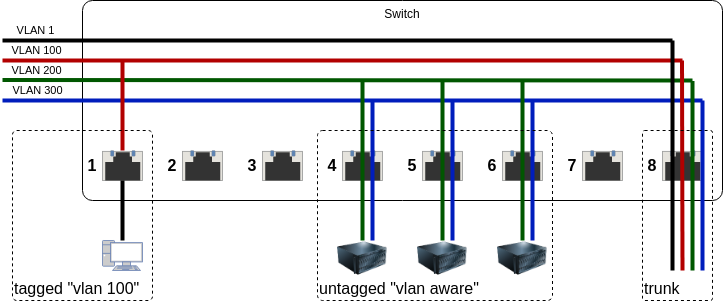
The draw.io diagram images/vlan.png in red-lichtie/homelab-cluster, before a commit. Source tidied: cells renumbered, new cells last; positions are measured from the earlier drawing's top-left corner, leaving out a move shared by most shapes. The source it was exported from:
```xml
<mxGraphModel>
  <root>
    <mxCell id="0" />
    <mxCell id="1" parent="0" />
    <mxCell id="2" value="Switch" style="rounded=1;whiteSpace=wrap;html=1;verticalAlign=top;arcSize=5;" parent="1" vertex="1">
      <mxGeometry x="80" width="640" height="200" as="geometry" />
    </mxCell>
    <mxCell id="3" style="html=1;verticalLabelPosition=bottom;verticalAlign=top;shadow=0;dashed=0;shape=mxgraph.rack.hpe_aruba.switches.rj45_sfp_alt;" parent="1" vertex="1">
      <mxGeometry x="100" y="150" width="40" height="30" as="geometry" />
    </mxCell>
    <mxCell id="4" style="html=1;verticalLabelPosition=bottom;verticalAlign=top;shadow=0;dashed=0;shape=mxgraph.rack.hpe_aruba.switches.rj45_sfp_alt;" parent="1" vertex="1">
      <mxGeometry x="180" y="150" width="40" height="30" as="geometry" />
    </mxCell>
    <mxCell id="5" style="html=1;verticalLabelPosition=bottom;verticalAlign=top;shadow=0;dashed=0;shape=mxgraph.rack.hpe_aruba.switches.rj45_sfp_alt;" parent="1" vertex="1">
      <mxGeometry x="260" y="150" width="40" height="30" as="geometry" />
    </mxCell>
    <mxCell id="6" style="html=1;verticalLabelPosition=bottom;verticalAlign=top;shadow=0;dashed=0;shape=mxgraph.rack.hpe_aruba.switches.rj45_sfp_alt;" parent="1" vertex="1">
      <mxGeometry x="340" y="150" width="40" height="30" as="geometry" />
    </mxCell>
    <mxCell id="7" style="html=1;verticalLabelPosition=bottom;verticalAlign=top;shadow=0;dashed=0;shape=mxgraph.rack.hpe_aruba.switches.rj45_sfp_alt;" parent="1" vertex="1">
      <mxGeometry x="420" y="150" width="40" height="30" as="geometry" />
    </mxCell>
    <mxCell id="8" style="html=1;verticalLabelPosition=bottom;verticalAlign=top;shadow=0;dashed=0;shape=mxgraph.rack.hpe_aruba.switches.rj45_sfp_alt;" parent="1" vertex="1">
      <mxGeometry x="500" y="150" width="40" height="30" as="geometry" />
    </mxCell>
    <mxCell id="9" style="html=1;verticalLabelPosition=bottom;verticalAlign=top;shadow=0;dashed=0;shape=mxgraph.rack.hpe_aruba.switches.rj45_sfp_alt;" parent="1" vertex="1">
      <mxGeometry x="580" y="150" width="40" height="30" as="geometry" />
    </mxCell>
    <mxCell id="10" style="html=1;verticalLabelPosition=bottom;verticalAlign=top;shadow=0;dashed=0;shape=mxgraph.rack.hpe_aruba.switches.rj45_sfp_alt;" parent="1" vertex="1">
      <mxGeometry x="660" y="150" width="40" height="30" as="geometry" />
    </mxCell>
    <mxCell id="11" value="VLAN 1" style="endArrow=none;html=1;rounded=0;strokeWidth=4;" parent="1" edge="1">
      <mxGeometry x="-0.9" y="10" relative="1" as="geometry">
        <mxPoint y="40" as="sourcePoint" />
        <mxPoint x="670" y="40" as="targetPoint" />
      </mxGeometry>
    </mxCell>
    <mxCell id="12" value="VLAN 100" style="endArrow=none;html=1;rounded=0;fillColor=#e51400;strokeColor=#B20000;strokeWidth=4;" parent="1" edge="1">
      <mxGeometry x="-0.9" y="10" relative="1" as="geometry">
        <mxPoint y="60" as="sourcePoint" />
        <mxPoint x="680" y="60" as="targetPoint" />
      </mxGeometry>
    </mxCell>
    <mxCell id="13" value="VLAN 200" style="endArrow=none;html=1;rounded=0;fillColor=#008a00;strokeColor=#005700;strokeWidth=4;" parent="1" edge="1">
      <mxGeometry x="-0.9" y="10" relative="1" as="geometry">
        <mxPoint y="79.5" as="sourcePoint" />
        <mxPoint x="690" y="80" as="targetPoint" />
      </mxGeometry>
    </mxCell>
    <mxCell id="14" value="VLAN 300" style="endArrow=none;html=1;rounded=0;strokeWidth=4;fillColor=#0050ef;strokeColor=#001DBC;" parent="1" edge="1">
      <mxGeometry x="-0.9" y="10" relative="1" as="geometry">
        <mxPoint y="100" as="sourcePoint" />
        <mxPoint x="700" y="100" as="targetPoint" />
      </mxGeometry>
    </mxCell>
    <mxCell id="15" style="endArrow=none;html=1;rounded=0;strokeWidth=4;fillColor=#0050ef;strokeColor=#001DBC;" parent="1" edge="1">
      <mxGeometry x="-0.9" y="10" relative="1" as="geometry">
        <mxPoint x="700" y="100" as="sourcePoint" />
        <mxPoint x="700" y="270" as="targetPoint" />
      </mxGeometry>
    </mxCell>
    <mxCell id="16" style="endArrow=none;html=1;rounded=0;fillColor=#008a00;strokeColor=#005700;strokeWidth=4;" parent="1" edge="1">
      <mxGeometry x="-0.9" y="10" relative="1" as="geometry">
        <mxPoint x="690" y="270" as="sourcePoint" />
        <mxPoint x="690" y="80.5" as="targetPoint" />
      </mxGeometry>
    </mxCell>
    <mxCell id="17" style="endArrow=none;html=1;rounded=0;fillColor=#e51400;strokeColor=#B20000;strokeWidth=4;" parent="1" edge="1">
      <mxGeometry x="-0.9" y="10" relative="1" as="geometry">
        <mxPoint x="679.5" y="60" as="sourcePoint" />
        <mxPoint x="680" y="270" as="targetPoint" />
      </mxGeometry>
    </mxCell>
    <mxCell id="18" style="endArrow=none;html=1;rounded=0;strokeWidth=4;" parent="1" edge="1">
      <mxGeometry x="-0.9" y="10" relative="1" as="geometry">
        <mxPoint x="670" y="270" as="sourcePoint" />
        <mxPoint x="670" y="40" as="targetPoint" />
      </mxGeometry>
    </mxCell>
    <mxCell id="19" value="1" style="text;html=1;strokeColor=none;fillColor=none;align=center;verticalAlign=middle;whiteSpace=wrap;rounded=0;fontStyle=1;fontSize=16;" parent="1" vertex="1">
      <mxGeometry x="80" y="155" width="20" height="20" as="geometry" />
    </mxCell>
    <mxCell id="20" value="2" style="text;html=1;strokeColor=none;fillColor=none;align=center;verticalAlign=middle;whiteSpace=wrap;rounded=0;fontStyle=1;fontSize=16;" parent="1" vertex="1">
      <mxGeometry x="160" y="155" width="20" height="20" as="geometry" />
    </mxCell>
    <mxCell id="21" value="3" style="text;html=1;strokeColor=none;fillColor=none;align=center;verticalAlign=middle;whiteSpace=wrap;rounded=0;fontStyle=1;fontSize=16;" parent="1" vertex="1">
      <mxGeometry x="240" y="155" width="20" height="20" as="geometry" />
    </mxCell>
    <mxCell id="22" value="4" style="text;html=1;strokeColor=none;fillColor=none;align=center;verticalAlign=middle;whiteSpace=wrap;rounded=0;fontStyle=1;fontSize=16;" parent="1" vertex="1">
      <mxGeometry x="320" y="155" width="20" height="20" as="geometry" />
    </mxCell>
    <mxCell id="23" value="5" style="text;html=1;strokeColor=none;fillColor=none;align=center;verticalAlign=middle;whiteSpace=wrap;rounded=0;fontStyle=1;fontSize=16;" parent="1" vertex="1">
      <mxGeometry x="400" y="155" width="20" height="20" as="geometry" />
    </mxCell>
    <mxCell id="24" value="6" style="text;html=1;strokeColor=none;fillColor=none;align=center;verticalAlign=middle;whiteSpace=wrap;rounded=0;fontStyle=1;fontSize=16;" parent="1" vertex="1">
      <mxGeometry x="480" y="155" width="20" height="20" as="geometry" />
    </mxCell>
    <mxCell id="25" value="7" style="text;html=1;strokeColor=none;fillColor=none;align=center;verticalAlign=middle;whiteSpace=wrap;rounded=0;fontStyle=1;fontSize=16;" parent="1" vertex="1">
      <mxGeometry x="560" y="155" width="20" height="20" as="geometry" />
    </mxCell>
    <mxCell id="26" value="8" style="text;html=1;strokeColor=none;fillColor=none;align=center;verticalAlign=middle;whiteSpace=wrap;rounded=0;fontStyle=1;fontSize=16;" parent="1" vertex="1">
      <mxGeometry x="640" y="155" width="20" height="20" as="geometry" />
    </mxCell>
    <mxCell id="27" style="endArrow=none;html=1;rounded=0;fillColor=#e51400;strokeColor=#B20000;strokeWidth=4;" parent="1" edge="1">
      <mxGeometry x="-0.9" y="10" relative="1" as="geometry">
        <mxPoint x="120" y="60" as="sourcePoint" />
        <mxPoint x="120" y="150" as="targetPoint" />
      </mxGeometry>
    </mxCell>
    <mxCell id="28" style="fontColor=#0066CC;verticalAlign=top;verticalLabelPosition=bottom;labelPosition=center;align=center;html=1;fillColor=#CCCCCC;strokeColor=#6881B3;gradientColor=none;gradientDirection=north;strokeWidth=2;shape=mxgraph.networks.pc;fontSize=16;" parent="1" vertex="1">
      <mxGeometry x="100" y="240" width="40" height="30" as="geometry" />
    </mxCell>
    <mxCell id="29" style="image;html=1;image=img/lib/clip_art/computers/Server_128x128.png;fontSize=16;" parent="1" vertex="1">
      <mxGeometry x="335" y="240" width="50" height="36" as="geometry" />
    </mxCell>
    <mxCell id="30" style="image;html=1;image=img/lib/clip_art/computers/Server_128x128.png;fontSize=16;" parent="1" vertex="1">
      <mxGeometry x="415" y="240" width="50" height="36" as="geometry" />
    </mxCell>
    <mxCell id="31" style="image;html=1;image=img/lib/clip_art/computers/Server_128x128.png;fontSize=16;" parent="1" vertex="1">
      <mxGeometry x="495" y="240" width="50" height="36" as="geometry" />
    </mxCell>
    <mxCell id="32" style="endArrow=none;html=1;rounded=0;strokeWidth=4;" parent="1" edge="1">
      <mxGeometry x="-0.9" y="10" relative="1" as="geometry">
        <mxPoint x="120" y="240" as="sourcePoint" />
        <mxPoint x="120" y="180" as="targetPoint" />
      </mxGeometry>
    </mxCell>
    <mxCell id="33" style="endArrow=none;html=1;rounded=0;strokeWidth=4;fillColor=#0050ef;strokeColor=#001DBC;" parent="1" edge="1">
      <mxGeometry x="-0.9" y="10" relative="1" as="geometry">
        <mxPoint x="530" y="100" as="sourcePoint" />
        <mxPoint x="530" y="240" as="targetPoint" />
      </mxGeometry>
    </mxCell>
    <mxCell id="34" style="endArrow=none;html=1;rounded=0;fillColor=#008a00;strokeColor=#005700;strokeWidth=4;" parent="1" edge="1">
      <mxGeometry x="-0.9" y="10" relative="1" as="geometry">
        <mxPoint x="520" y="240" as="sourcePoint" />
        <mxPoint x="520" y="80.5" as="targetPoint" />
      </mxGeometry>
    </mxCell>
    <mxCell id="35" style="endArrow=none;html=1;rounded=0;strokeWidth=4;fillColor=#0050ef;strokeColor=#001DBC;" parent="1" edge="1">
      <mxGeometry x="-0.9" y="10" relative="1" as="geometry">
        <mxPoint x="450" y="100" as="sourcePoint" />
        <mxPoint x="450" y="240" as="targetPoint" />
      </mxGeometry>
    </mxCell>
    <mxCell id="36" style="endArrow=none;html=1;rounded=0;fillColor=#008a00;strokeColor=#005700;strokeWidth=4;" parent="1" edge="1">
      <mxGeometry x="-0.9" y="10" relative="1" as="geometry">
        <mxPoint x="440" y="240" as="sourcePoint" />
        <mxPoint x="440" y="80.5" as="targetPoint" />
      </mxGeometry>
    </mxCell>
    <mxCell id="37" style="endArrow=none;html=1;rounded=0;strokeWidth=4;fillColor=#0050ef;strokeColor=#001DBC;startArrow=none;" parent="1" edge="1">
      <mxGeometry x="-0.9" y="10" relative="1" as="geometry">
        <mxPoint x="370" y="100" as="sourcePoint" />
        <mxPoint x="370" y="240" as="targetPoint" />
      </mxGeometry>
    </mxCell>
    <mxCell id="38" style="endArrow=none;html=1;rounded=0;fillColor=#008a00;strokeColor=#005700;strokeWidth=4;" parent="1" edge="1">
      <mxGeometry x="-0.9" y="10" relative="1" as="geometry">
        <mxPoint x="360" y="240" as="sourcePoint" />
        <mxPoint x="360" y="80.5" as="targetPoint" />
      </mxGeometry>
    </mxCell>
    <mxCell id="39" value="untagged &quot;vlan aware&quot;" style="rounded=1;whiteSpace=wrap;html=1;fontSize=16;fillColor=none;dashed=1;align=left;verticalAlign=bottom;arcSize=3;" parent="1" vertex="1">
      <mxGeometry x="315" y="130" width="235" height="170" as="geometry" />
    </mxCell>
    <mxCell id="40" value="tagged &quot;vlan 100&quot;" style="rounded=1;whiteSpace=wrap;html=1;fontSize=16;fillColor=none;dashed=1;align=left;verticalAlign=bottom;arcSize=3;" parent="1" vertex="1">
      <mxGeometry x="10" y="130" width="140" height="170" as="geometry" />
    </mxCell>
    <mxCell id="41" value="trunk" style="rounded=1;whiteSpace=wrap;html=1;fontSize=16;fillColor=none;dashed=1;align=left;verticalAlign=bottom;arcSize=3;" parent="1" vertex="1">
      <mxGeometry x="640" y="130" width="70" height="170" as="geometry" />
    </mxCell>
  </root>
</mxGraphModel>
```
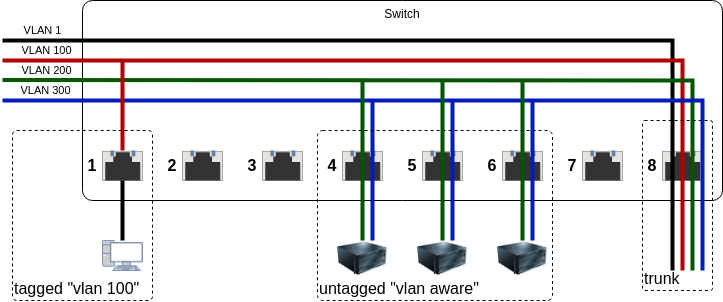
After the commit.

Commit message:
Tidy up VLAN lines

The edit, as a diff of the source:
```diff
@@ -30,53 +30,41 @@
       <mxGeometry x="660" y="150" width="40" height="30" as="geometry" />
     </mxCell>
     <mxCell id="11" value="VLAN 1" style="endArrow=none;html=1;rounded=0;strokeWidth=4;" parent="1" edge="1">
-      <mxGeometry x="-0.9" y="10" relative="1" as="geometry">
+      <mxGeometry x="-0.91" y="10" relative="1" as="geometry">
         <mxPoint y="40" as="sourcePoint" />
-        <mxPoint x="670" y="40" as="targetPoint" />
+        <mxPoint x="670" y="270" as="targetPoint" />
+        <Array as="points">
+          <mxPoint x="670" y="40" />
+        </Array>
       </mxGeometry>
     </mxCell>
     <mxCell id="12" value="VLAN 100" style="endArrow=none;html=1;rounded=0;fillColor=#e51400;strokeColor=#B20000;strokeWidth=4;" parent="1" edge="1">
       <mxGeometry x="-0.9" y="10" relative="1" as="geometry">
         <mxPoint y="60" as="sourcePoint" />
-        <mxPoint x="680" y="60" as="targetPoint" />
+        <mxPoint x="680" y="270" as="targetPoint" />
+        <Array as="points">
+          <mxPoint x="680" y="60" />
+        </Array>
       </mxGeometry>
     </mxCell>
     <mxCell id="13" value="VLAN 200" style="endArrow=none;html=1;rounded=0;fillColor=#008a00;strokeColor=#005700;strokeWidth=4;" parent="1" edge="1">
       <mxGeometry x="-0.9" y="10" relative="1" as="geometry">
         <mxPoint y="79.5" as="sourcePoint" />
-        <mxPoint x="690" y="80" as="targetPoint" />
+        <mxPoint x="690" y="270" as="targetPoint" />
+        <Array as="points">
+          <mxPoint x="690" y="80" />
+        </Array>
       </mxGeometry>
     </mxCell>
     <mxCell id="14" value="VLAN 300" style="endArrow=none;html=1;rounded=0;strokeWidth=4;fillColor=#0050ef;strokeColor=#001DBC;" parent="1" edge="1">
       <mxGeometry x="-0.9" y="10" relative="1" as="geometry">
         <mxPoint y="100" as="sourcePoint" />
-        <mxPoint x="700" y="100" as="targetPoint" />
+        <mxPoint x="700" y="270" as="targetPoint" />
+        <Array as="points">
+          <mxPoint x="700" y="100" />
+        </Array>
       </mxGeometry>
     </mxCell>
-    <mxCell id="15" style="endArrow=none;html=1;rounded=0;strokeWidth=4;fillColor=#0050ef;strokeColor=#001DBC;" parent="1" edge="1">
-      <mxGeometry x="-0.9" y="10" relative="1" as="geometry">
-        <mxPoint x="700" y="100" as="sourcePoint" />
-        <mxPoint x="700" y="270" as="targetPoint" />
-      </mxGeometry>
-    </mxCell>
-    <mxCell id="16" style="endArrow=none;html=1;rounded=0;fillColor=#008a00;strokeColor=#005700;strokeWidth=4;" parent="1" edge="1">
-      <mxGeometry x="-0.9" y="10" relative="1" as="geometry">
-        <mxPoint x="690" y="270" as="sourcePoint" />
-        <mxPoint x="690" y="80.5" as="targetPoint" />
-      </mxGeometry>
-    </mxCell>
-    <mxCell id="17" style="endArrow=none;html=1;rounded=0;fillColor=#e51400;strokeColor=#B20000;strokeWidth=4;" parent="1" edge="1">
-      <mxGeometry x="-0.9" y="10" relative="1" as="geometry">
-        <mxPoint x="679.5" y="60" as="sourcePoint" />
-        <mxPoint x="680" y="270" as="targetPoint" />
-      </mxGeometry>
-    </mxCell>
-    <mxCell id="18" style="endArrow=none;html=1;rounded=0;strokeWidth=4;" parent="1" edge="1">
-      <mxGeometry x="-0.9" y="10" relative="1" as="geometry">
-        <mxPoint x="670" y="270" as="sourcePoint" />
-        <mxPoint x="670" y="40" as="targetPoint" />
-      </mxGeometry>
-    </mxCell>
     <mxCell id="19" value="1" style="text;html=1;strokeColor=none;fillColor=none;align=center;verticalAlign=middle;whiteSpace=wrap;rounded=0;fontStyle=1;fontSize=16;" parent="1" vertex="1">
       <mxGeometry x="80" y="155" width="20" height="20" as="geometry" />
     </mxCell>
@@ -168,7 +156,7 @@
       <mxGeometry x="10" y="130" width="140" height="170" as="geometry" />
     </mxCell>
     <mxCell id="41" value="trunk" style="rounded=1;whiteSpace=wrap;html=1;fontSize=16;fillColor=none;dashed=1;align=left;verticalAlign=bottom;arcSize=3;" parent="1" vertex="1">
-      <mxGeometry x="640" y="130" width="70" height="170" as="geometry" />
+      <mxGeometry x="640" y="120" width="70" height="170" as="geometry" />
     </mxCell>
   </root>
 </mxGraphModel>
```
